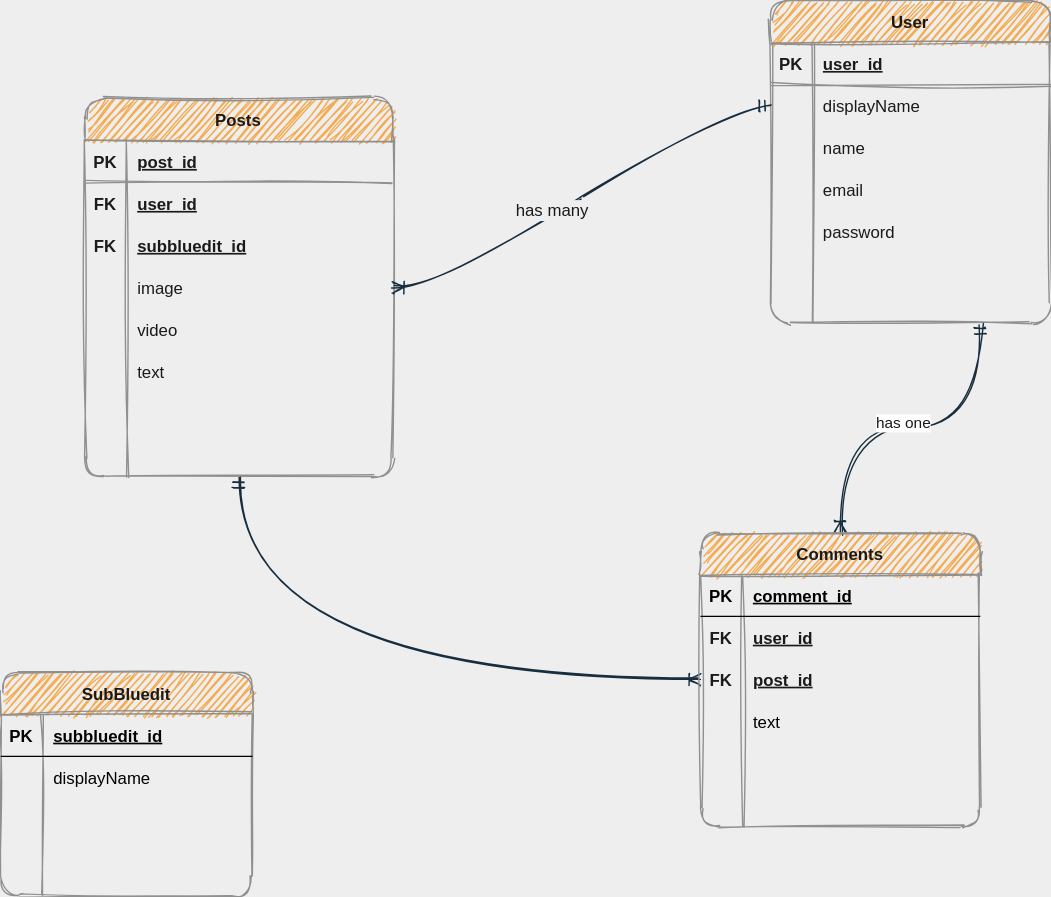
Before: design/databaseDesign.svg, a diagram exported from draw.io (mgkyawmyotun/bluedit). Source tidied: cells renumbered, new cells last; positions are measured from the earlier drawing's top-left corner, leaving out a move shared by most shapes.
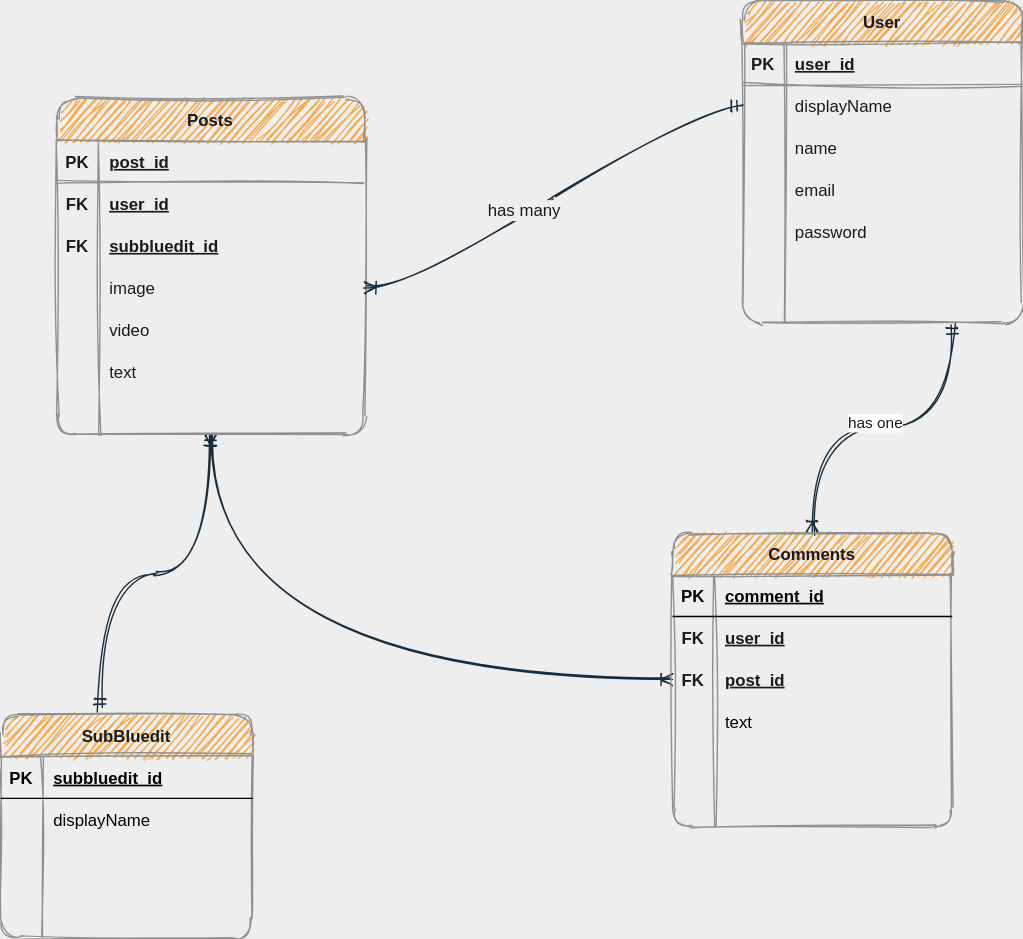
After the change.

Diff of the diagram source:
```diff
@@ -59,8 +59,11 @@
     <mxCell id="20" style="shape=partialRectangle;fillColor=none;top=0;left=0;bottom=0;right=0;align=left;spacingLeft=6;overflow=hidden;strokeColor=#909090;fontColor=#1A1A1A;rounded=1;sketch=1;" parent="18" vertex="1">
       <mxGeometry x="30" width="170" height="30" as="geometry" />
     </mxCell>
+    <mxCell id="74" style="edgeStyle=orthogonalEdgeStyle;curved=1;rounded=1;sketch=1;jettySize=auto;html=1;entryX=0.393;entryY=-0.02;entryDx=0;entryDy=0;entryPerimeter=0;startArrow=ERoneToMany;startFill=0;endArrow=ERmandOne;endFill=0;strokeColor=#182E3E;fontColor=#1A1A1A;" parent="1" edge="1" source="21" target="61">
+      <mxGeometry relative="1" as="geometry" />
+    </mxCell>
     <mxCell id="21" value="Posts" style="shape=table;startSize=30;rowLines=0;fontStyle=1;align=center;fillColor=#F5AB50;strokeColor=#909090;fontColor=#1A1A1A;rounded=1;sketch=1;" parent="1" vertex="1">
-      <mxGeometry x="60" y="70" width="220" height="270" as="geometry" />
+      <mxGeometry x="60" y="70" width="220" height="240" as="geometry" />
     </mxCell>
     <mxCell id="22" style="shape=partialRectangle;fillColor=none;top=0;left=0;bottom=1;right=0;strokeColor=#909090;fontColor=#1A1A1A;rounded=1;sketch=1;" parent="21" vertex="1">
       <mxGeometry y="30" width="220" height="30" as="geometry" />
@@ -180,7 +183,7 @@
       <mxGeometry x="30" width="170" height="30" as="geometry" />
     </mxCell>
     <mxCell id="61" value="SubBluedit" style="shape=table;startSize=30;rowLines=0;fontStyle=1;align=center;rounded=1;sketch=1;strokeColor=#909090;fillColor=#F5AB50;fontColor=#1A1A1A;" parent="1" vertex="1">
-      <mxGeometry y="480" width="180" height="160" as="geometry" />
+      <mxGeometry x="20" y="510" width="180" height="160" as="geometry" />
     </mxCell>
     <mxCell id="62" style="shape=partialRectangle;fillColor=none;top=0;left=0;bottom=1;right=0;" parent="61" vertex="1">
       <mxGeometry y="30" width="180" height="30" as="geometry" />
```
